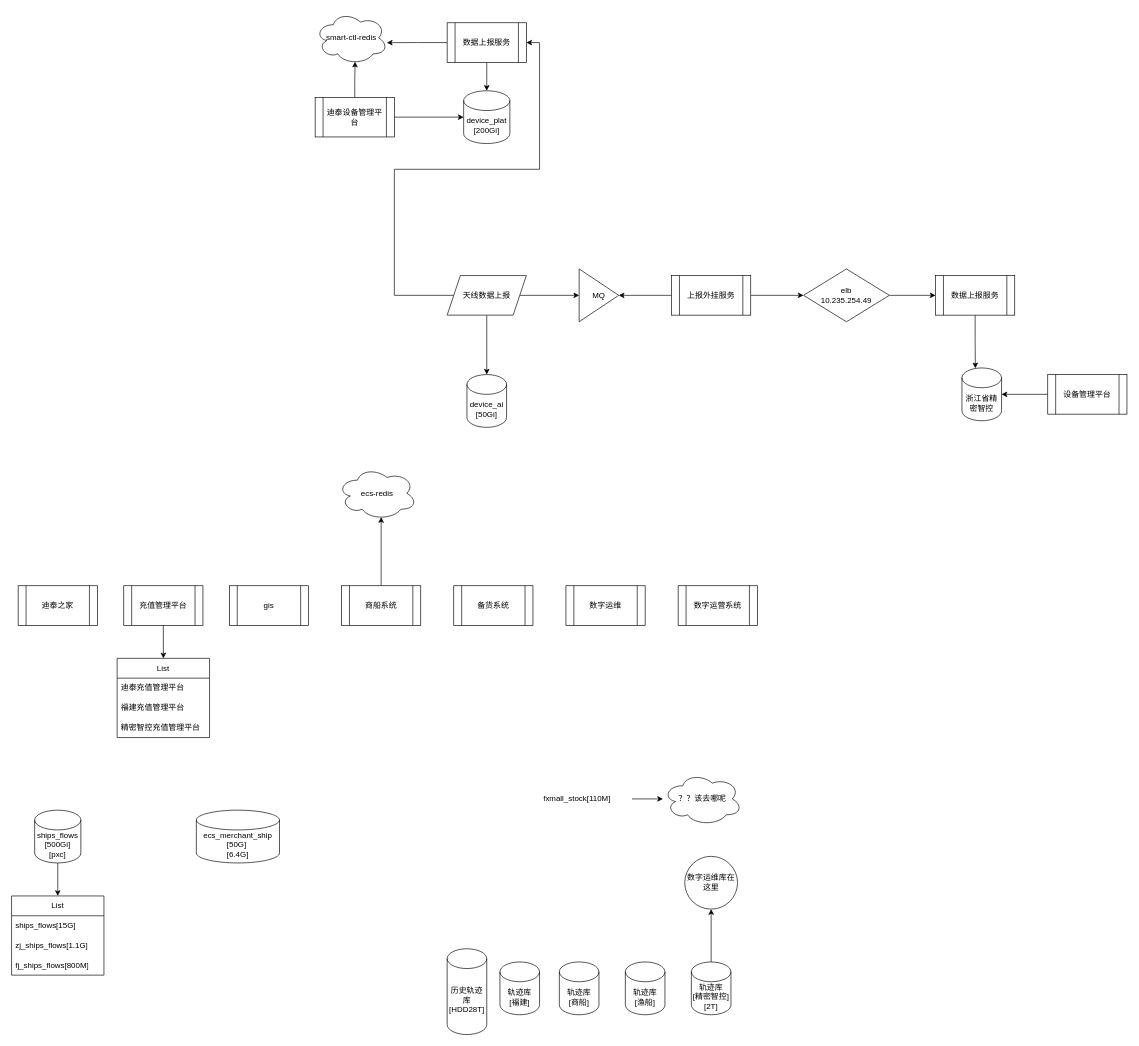
Earlier version of the draw.io diagram 未命名绘图.drawio (ttia0ren/demand-pool). Source tidied: cells renumbered, new cells numbered last; positions are measured from the earlier drawing's top-left corner, leaving out a move shared by most shapes. Both pictures are drawn from the tidied source at 66%, with x=0, y=0 at pixel (11, 11).
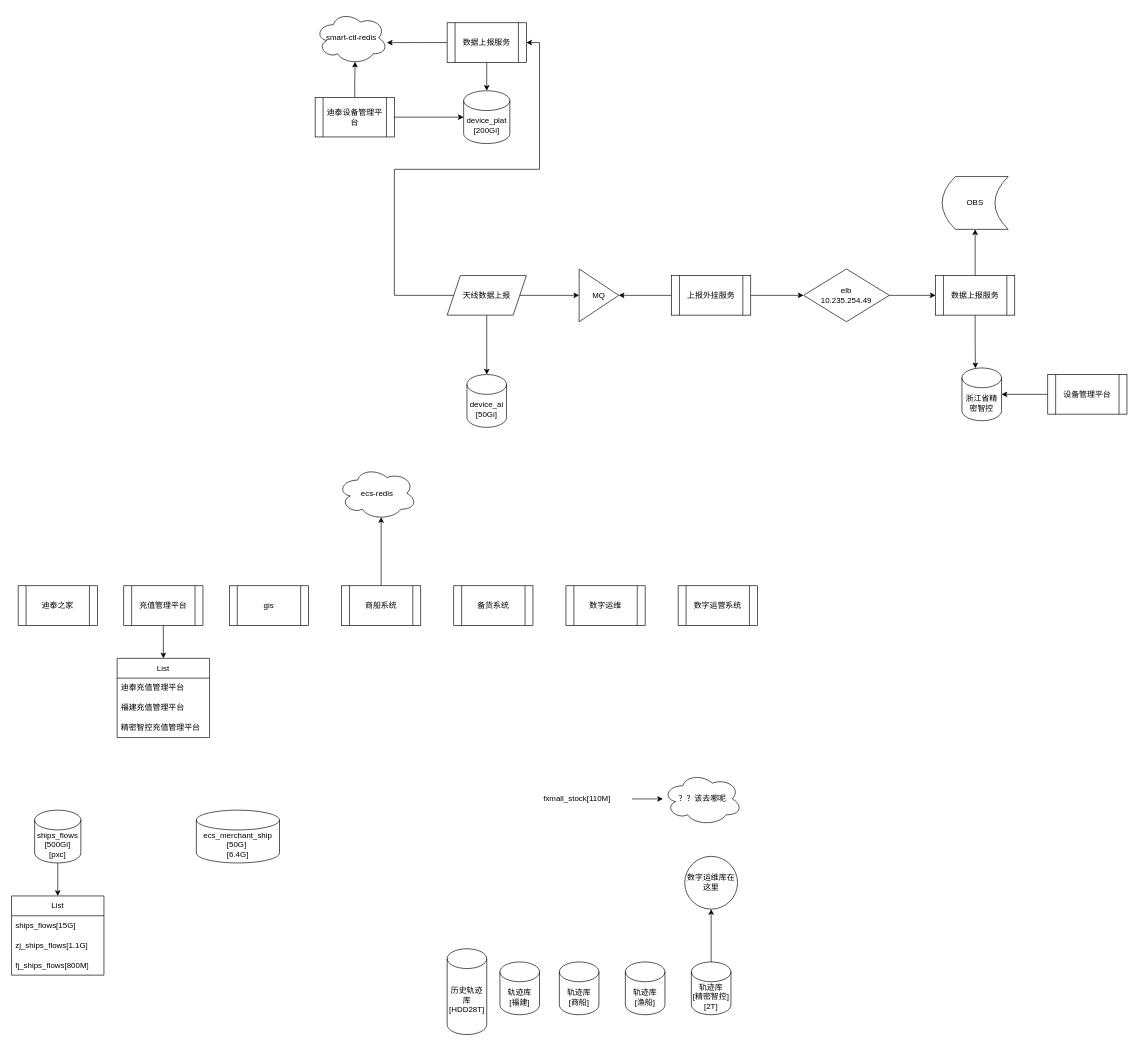
The same diagram, later.

Commit message:
捷信业务拓扑图.drawio

Unchanged cells that the change refers to:
```xml
<mxCell id="44" value="数据上报服务" style="shape=process;whiteSpace=wrap;html=1;backgroundOutline=1;" parent="1" vertex="1">
  <mxGeometry x="1400" y="400" width="120" height="60" as="geometry" />
</mxCell>
```

What changed in the source:
```diff
@@
+    <mxCell id="57" style="edgeStyle=orthogonalEdgeStyle;rounded=0;jettySize=auto;html=1;entryX=0.5;entryY=1;entryDx=0;entryDy=0;" parent="1" edge="1" source="44" target="58">
+      <mxGeometry relative="1" as="geometry" />
+    </mxCell>
@@
+    <mxCell id="58" value="OBS" style="shape=dataStorage;whiteSpace=wrap;html=1;fixedSize=1;" parent="1" vertex="1">
+      <mxGeometry x="1410" y="250" width="100" height="80" as="geometry" />
+    </mxCell>
```
